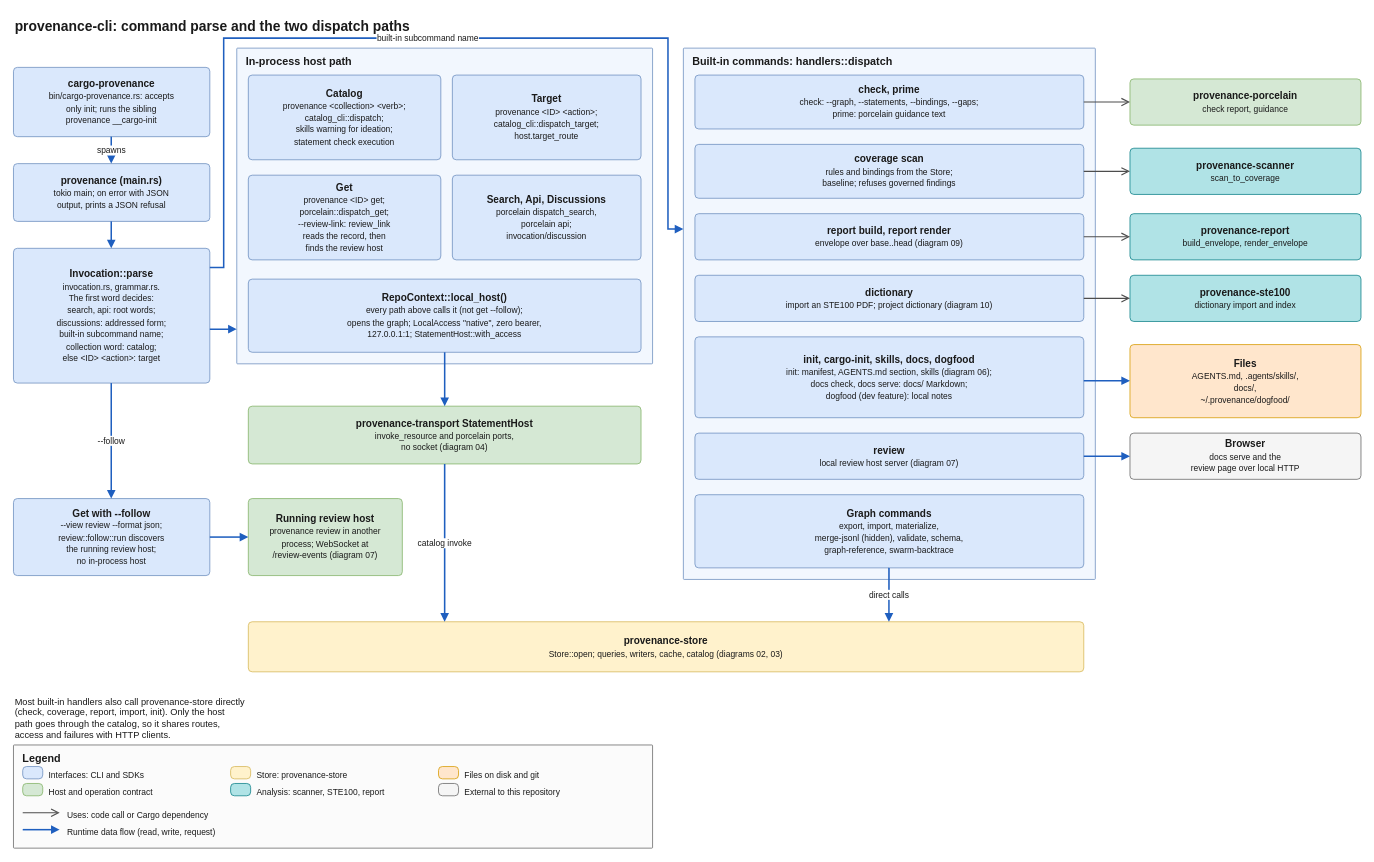
This is docs/architecture/diagrams/05-cli-dispatch.drawio from quality-sh/provenance, a draw.io file, before an edit. Source tidied: cells renumbered, new cells numbered last; positions are measured from the earlier drawing's top-left corner, leaving out a move shared by most shapes. Both pictures are drawn from the tidied source at 77%, with x=0, y=0 at pixel (13, 13).
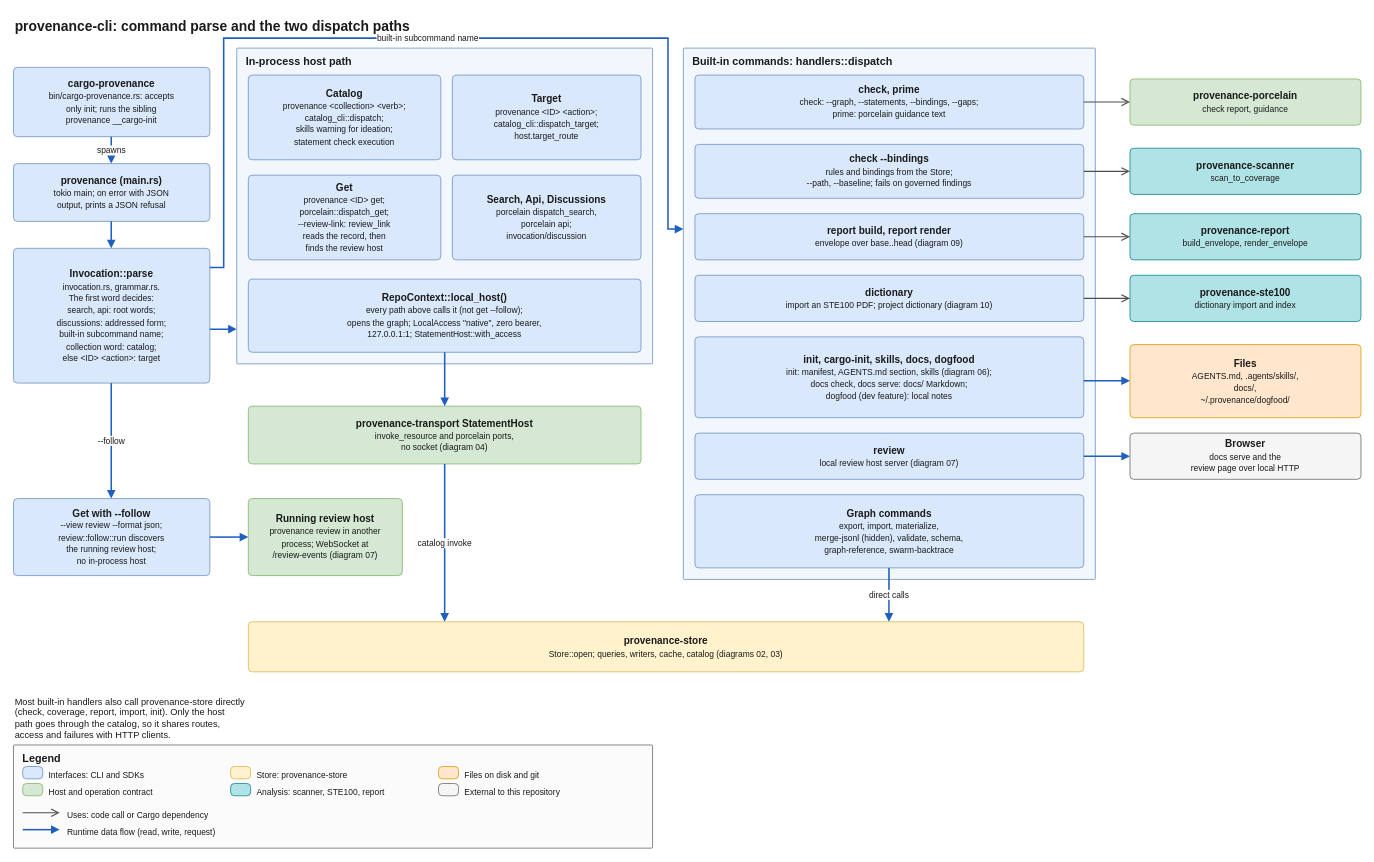
Above is the later version.

Commit message (it also covers changes not shown here):
Review fixes: check selector help, diagram 05, Resolution trace case, stale view names

Unchanged cells that the change refers to:
```xml
<mxCell id="13" value="Built-in commands: handlers::dispatch" style="rounded=1;arcSize=2;absoluteArcSize=1;whiteSpace=wrap;html=1;fillColor=#f2f7fe;strokeColor=#6c8ebf;verticalAlign=top;align=left;spacingLeft=10;spacingRight=10;spacingTop=2;fontStyle=1;fontSize=14;fontColor=#1a1a1a;" parent="1" vertex="1">
  <mxGeometry x="870" y="45" width="535" height="690" as="geometry" />
</mxCell>
```

Diff of the diagram source:
```diff
@@
-    <mxCell id="15" value="&lt;b&gt;coverage scan&lt;/b&gt;&lt;br&gt;&lt;font style=&quot;font-size:11px&quot;&gt;rules and bindings from the Store;&lt;br&gt;baseline; refuses governed findings&lt;/font&gt;" style="rounded=1;arcSize=10;absoluteArcSize=1;whiteSpace=wrap;html=1;fillColor=#dae8fc;strokeColor=#6c8ebf;fontSize=13;fontColor=#1a1a1a;verticalAlign=middle;align=center;spacing=4;" parent="13" vertex="1">
+    <mxCell id="15" value="&lt;b&gt;check --bindings&lt;/b&gt;&lt;br&gt;&lt;font style=&quot;font-size:11px&quot;&gt;rules and bindings from the Store;&lt;br&gt;--path, --baseline; fails on governed findings&lt;/font&gt;" style="rounded=1;arcSize=10;absoluteArcSize=1;whiteSpace=wrap;html=1;fillColor=#dae8fc;strokeColor=#6c8ebf;fontSize=13;fontColor=#1a1a1a;verticalAlign=middle;align=center;spacing=4;" parent="13" vertex="1">
       <mxGeometry x="15" y="125" width="505" height="70" as="geometry" />
     </mxCell>
```
